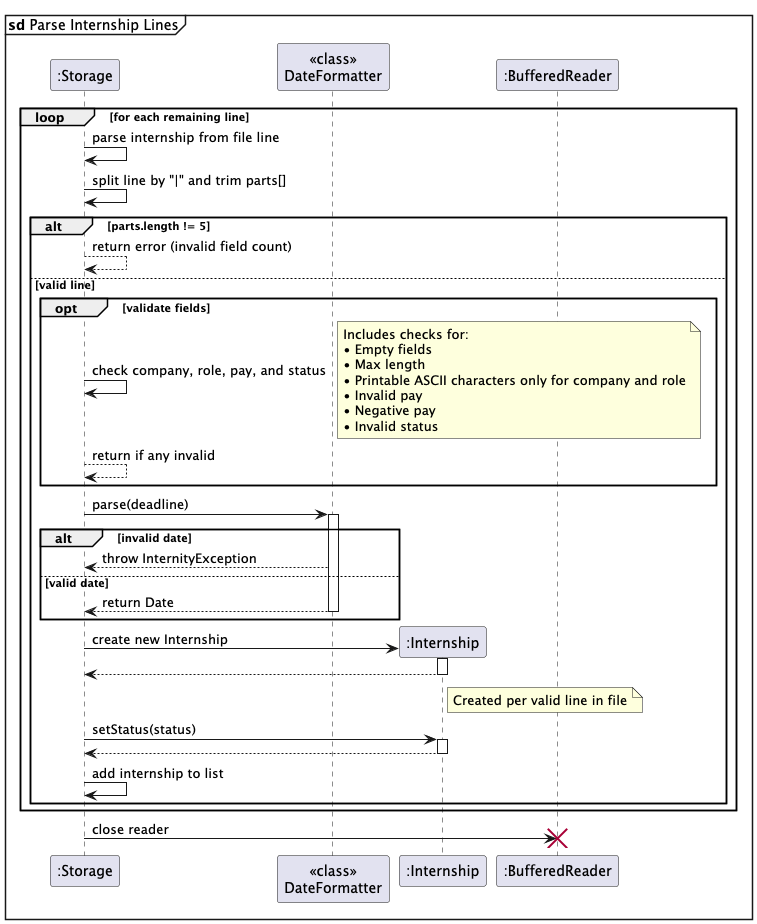
This is docs/diagrams/StorageLoadSD_C.png from AY2526S1-CS2113-W14-4/tp, a PlantUML export, as it was before one commit.
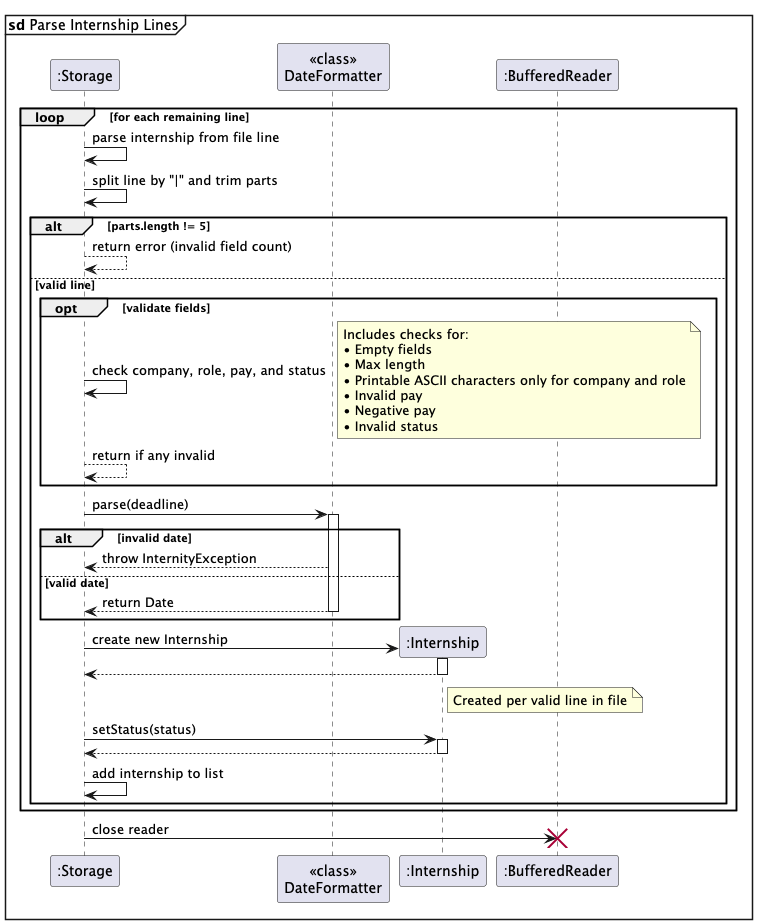
After the commit.

Change to the diagram source:
```diff
@@ -7,7 +7,7 @@
 
 loop for each remaining line
     S -> S: parse internship from file line
-    S -> S: split line by "|" and trim parts[]
+    S -> S: split line by "|" and trim parts
 
     alt parts.length != 5
         S --> S: return error (invalid field count)
```
